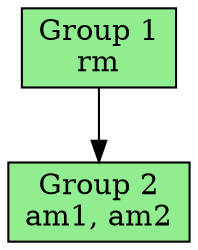
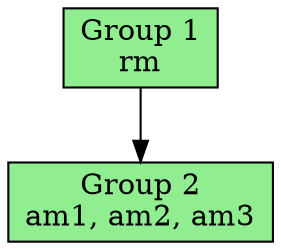
digraph HRG {
  rankdir=TB;
  "G0" [shape=box, style=filled, fillcolor="#90EE90", label="Group 1\nrm"];
-   "G1" [shape=box, style=filled, fillcolor="#90EE90", label="Group 2\nam1, am2"];
+   "G1" [shape=box, style=filled, fillcolor="#90EE90", label="Group 2\nam1, am2, am3"];
  "G0" -> "G1";
}
